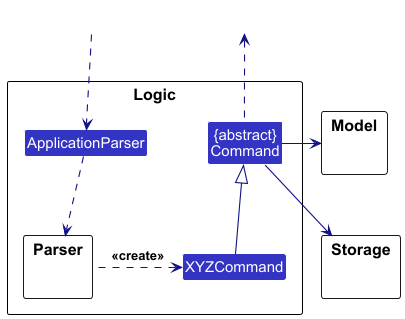
Before: docs/diagrams/class-diagrams/LogicClassDiagram.png, a diagram exported from PlantUML (irfandeen/tp).
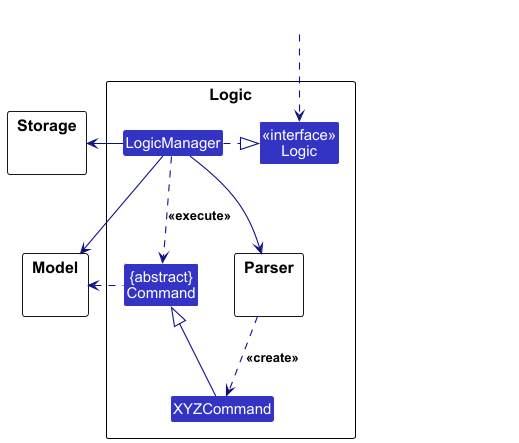
The same file after the commit.

Commit message:
add LogicManager docs, clarify logic diagrams and dg docs

Diff of the diagram source:
```diff
@@ -6,9 +6,11 @@
 skinparam classBackgroundColor LOGIC_COLOR
 
 package Logic as LogicPackage {
+
+class LogicManager
+class "<<interface>>\nLogic" as Logic
 Class "{abstract}\nCommand" as Command
 Class XYZCommand
-Class ApplicationParser
 package "Parser" as ParserPackage{}
 }
 
@@ -20,17 +22,22 @@
 Class HiddenSource #FFFFFF
 HiddenDestination .left[hidden] HiddenSource
 
-HiddenSource .down.> ApplicationParser
-ApplicationParser ..> ParserPackage
-ParserPackage .left.> XYZCommand: <<create>>
+HiddenSource .down.> Logic
+LogicManager .right-|> Logic
+LogicManager -down->ParserPackage
+LogicManager ..> Command: <<execute>>
+ParserPackage .down.> XYZCommand: <<create>>
 XYZCommand -up-|> Command
-Command .up.> HiddenDestination
-
-
-Command -down> Model
-Command -down> Storage
-Model --[hidden] Storage
 
 
 
+Command .left> Model
+LogicManager --> Model
+LogicManager -left> Storage
+
+
+Model --up[hidden] Storage
+
+hide member
+
 @enduml
```
